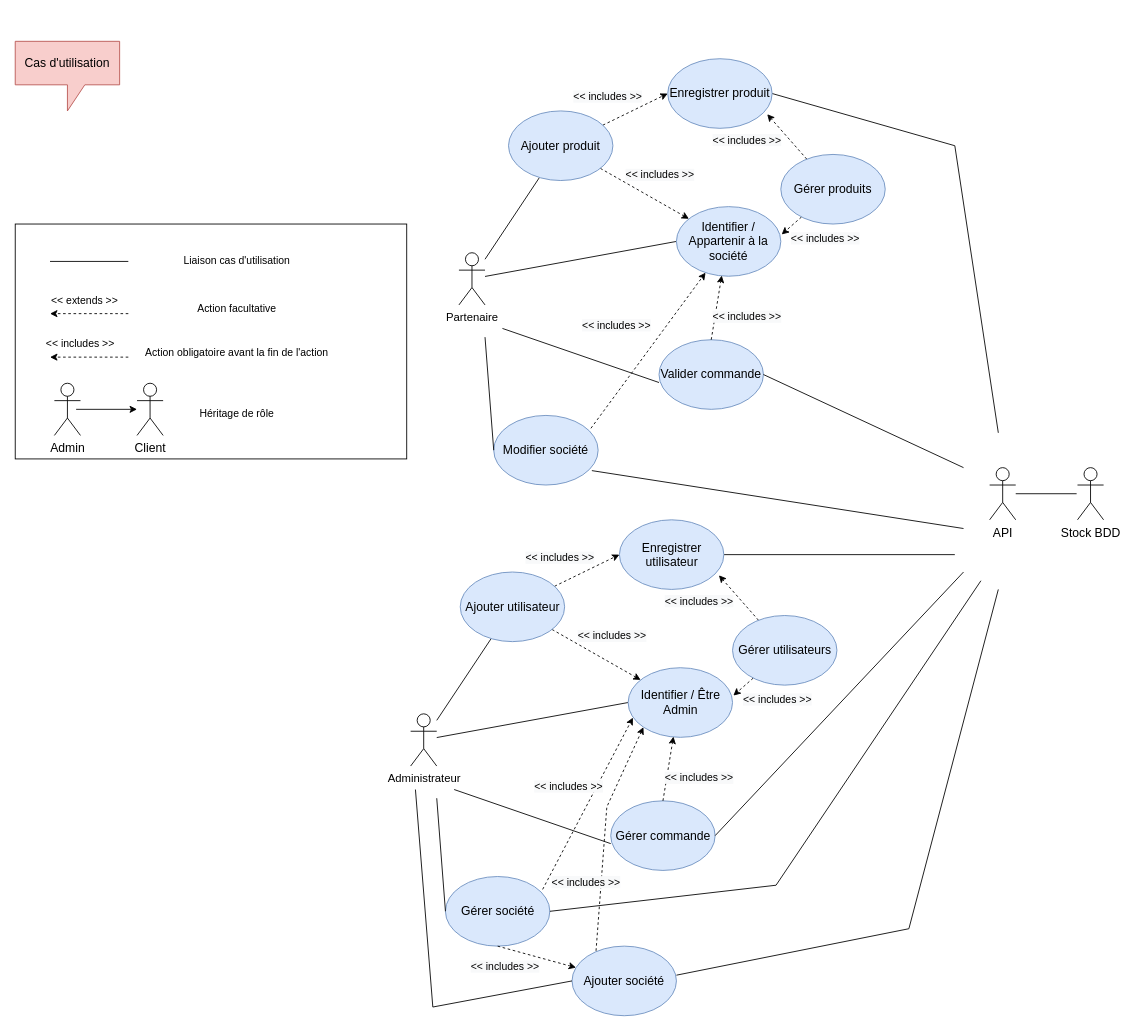
This is page "Cas utilisation" (3 of 3) of Diagrammes/diagrammesDragNReceive.drawio from KadenHD/DragNReceive_General, a draw.io file, before an edit. Source tidied: cells renumbered, new cells numbered last; positions are measured from the earlier drawing's top-left corner, leaving out a move shared by most shapes. Both pictures are drawn from the tidied source at 87%, with x=0, y=0 at pixel (15, 41).
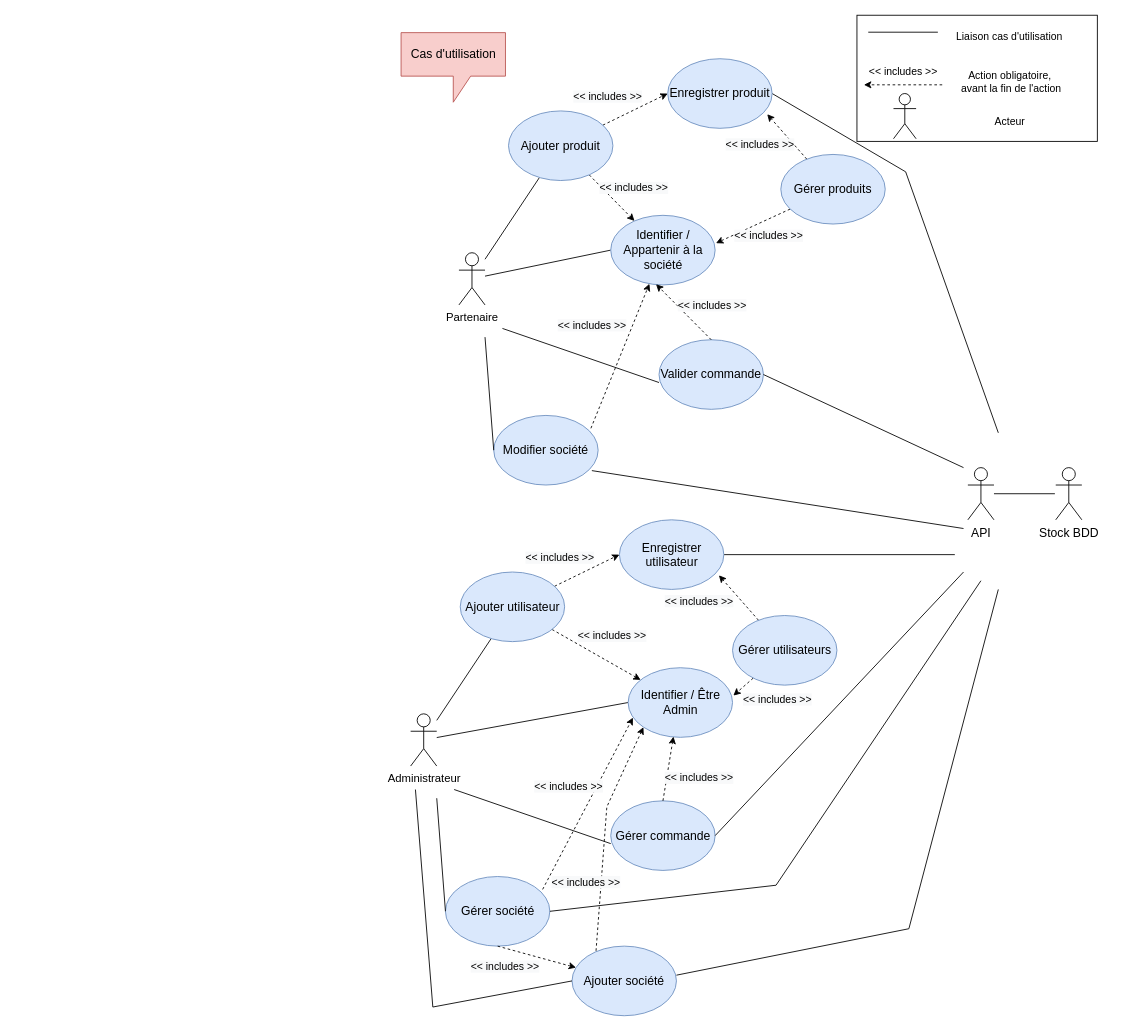
The same diagram, later.

The change refers to these unchanged cells:
```xml
<mxCell id="14" value="Enregistrer produit" style="ellipse;whiteSpace=wrap;html=1;rounded=0;fontSize=14;strokeWidth=1;verticalAlign=middle;fillColor=#dae8fc;strokeColor=#6c8ebf;" parent="1" vertex="1">
  <mxGeometry x="750" y="20" width="120" height="80" as="geometry" />
</mxCell>
```

What changed in the source:
```diff
@@
     <mxCell id="8" style="edgeStyle=none;rounded=0;jettySize=auto;html=1;fontSize=14;endArrow=none;endFill=0;verticalAlign=middle;entryX=1;entryY=0.5;entryDx=0;entryDy=0;" parent="1" edge="1" target="14">
       <mxGeometry relative="1" as="geometry">
         <mxPoint x="1130" y="450" as="sourcePoint" />
         <Array as="points">
-          <mxPoint x="1080" y="120" />
+          <mxPoint x="1023.5" y="150" />
         </Array>
       </mxGeometry>
     </mxCell>
     <mxCell id="9" value="Stock BDD" style="shape=umlActor;verticalLabelPosition=bottom;verticalAlign=top;html=1;rounded=0;fontSize=14;strokeWidth=1;gradientColor=none;" parent="1" vertex="1">
-      <mxGeometry x="1221" y="490" width="30" height="60" as="geometry" />
+      <mxGeometry x="1196" y="490" width="30" height="60" as="geometry" />
     </mxCell>
     <mxCell id="10" value="Identifier / Appartenir à la société" style="ellipse;whiteSpace=wrap;html=1;rounded=0;fontSize=14;strokeWidth=1;verticalAlign=middle;fillColor=#dae8fc;strokeColor=#6c8ebf;" parent="1" vertex="1">
-      <mxGeometry x="760" y="190" width="120" height="80" as="geometry" />
+      <mxGeometry x="684.5" y="200" width="120" height="80" as="geometry" />
     </mxCell>
@@
     <mxCell id="15" value="API" style="shape=umlActor;verticalLabelPosition=bottom;verticalAlign=top;html=1;rounded=0;fontSize=14;strokeWidth=1;gradientColor=none;" parent="1" vertex="1">
-      <mxGeometry x="1120" y="490" width="30" height="60" as="geometry" />
+      <mxGeometry x="1095" y="490" width="30" height="60" as="geometry" />
     </mxCell>
     <mxCell id="16" style="rounded=0;whiteSpace=wrap;html=1;" parent="1" vertex="1">
-      <mxGeometry y="210" width="450" height="270" as="geometry" />
+      <mxGeometry x="967.5" y="-30" width="276.3" height="145" as="geometry" />
     </mxCell>
-    <mxCell id="17" style="edgeStyle=none;rounded=0;jettySize=auto;html=1;entryX=0;entryY=0.5;entryDx=0;entryDy=0;endArrow=none;endFill=0;" parent="1" edge="1" source="18">
-      <mxGeometry relative="1" as="geometry">
-        <mxPoint x="40" y="253" as="targetPoint" />
-      </mxGeometry>
-    </mxCell>
     <mxCell id="18" value="Liaison cas d'utilisation" style="text;html=1;strokeColor=none;fillColor=none;align=center;verticalAlign=middle;whiteSpace=wrap;rounded=0;" parent="1" vertex="1">
-      <mxGeometry x="130" y="238" width="250" height="30" as="geometry" />
+      <mxGeometry x="1044" y="-20" width="198" height="30" as="geometry" />
     </mxCell>
-    <mxCell id="19" style="edgeStyle=none;rounded=0;orthogonalLoop=1;jettySize=auto;html=1;dashed=1;entryX=0;entryY=0.5;entryDx=0;entryDy=0;" parent="1" edge="1">
-      <mxGeometry relative="1" as="geometry">
-        <mxPoint x="130" y="313" as="sourcePoint" />
-        <mxPoint x="40" y="313" as="targetPoint" />
-      </mxGeometry>
-    </mxCell>
-    <mxCell id="20" value="Action facultative" style="text;html=1;strokeColor=none;fillColor=none;align=center;verticalAlign=middle;whiteSpace=wrap;rounded=0;" parent="1" vertex="1">
-      <mxGeometry x="130" y="293" width="250" height="30" as="geometry" />
-    </mxCell>
-    <mxCell id="21" value="Action obligatoire avant la fin de l'action" style="text;html=1;strokeColor=none;fillColor=none;align=center;verticalAlign=middle;whiteSpace=wrap;rounded=0;" parent="1" vertex="1">
-      <mxGeometry x="130" y="343" width="250" height="30" as="geometry" />
+    <mxCell id="21" value="Action obligatoire,&lt;br&gt;&amp;nbsp;avant la fin de l'action" style="text;html=1;strokeColor=none;fillColor=none;align=center;verticalAlign=middle;whiteSpace=wrap;rounded=0;" parent="1" vertex="1">
+      <mxGeometry x="1052.5" y="32" width="181" height="30" as="geometry" />
     </mxCell>
     <mxCell id="22" style="edgeStyle=none;rounded=0;orthogonalLoop=1;jettySize=auto;html=1;dashed=1;entryX=0;entryY=0.5;entryDx=0;entryDy=0;" parent="1" edge="1">
       <mxGeometry relative="1" as="geometry">
-        <mxPoint x="130" y="363" as="sourcePoint" />
-        <mxPoint x="40" y="363" as="targetPoint" />
+        <mxPoint x="1065.5" y="50" as="sourcePoint" />
+        <mxPoint x="975.5" y="50" as="targetPoint" />
       </mxGeometry>
     </mxCell>
-    <mxCell id="23" value="&amp;lt;&amp;lt; extends &amp;gt;&amp;gt;" style="text;html=1;strokeColor=none;fillColor=none;align=center;verticalAlign=middle;whiteSpace=wrap;rounded=0;" parent="1" vertex="1">
-      <mxGeometry x="40" y="283" width="80" height="30" as="geometry" />
-    </mxCell>
     <mxCell id="24" value="&amp;lt;&amp;lt; includes &amp;gt;&amp;gt;" style="text;html=1;strokeColor=none;fillColor=none;align=center;verticalAlign=middle;whiteSpace=wrap;rounded=0;" parent="1" vertex="1">
-      <mxGeometry x="30" y="333" width="90" height="30" as="geometry" />
+      <mxGeometry x="975.5" y="20" width="90" height="30" as="geometry" />
     </mxCell>
     <mxCell id="25" value="Cas d'utilisation" style="shape=callout;whiteSpace=wrap;html=1;perimeter=calloutPerimeter;rounded=0;fontSize=14;strokeWidth=1;verticalAlign=middle;fillColor=#f8cecc;strokeColor=#b85450;" parent="1" vertex="1">
-      <mxGeometry width="120" height="80" as="geometry" />
+      <mxGeometry x="443.5" y="-10" width="120" height="80" as="geometry" />
     </mxCell>
-    <mxCell id="26" style="edgeStyle=none;rounded=0;jettySize=auto;html=1;fontSize=14;endArrow=classic;endFill=1;verticalAlign=middle;" parent="1" edge="1" target="28">
-      <mxGeometry relative="1" as="geometry">
-        <mxPoint x="70" y="423" as="sourcePoint" />
-      </mxGeometry>
-    </mxCell>
-    <mxCell id="27" value="Admin" style="shape=umlActor;verticalLabelPosition=bottom;verticalAlign=top;html=1;rounded=0;fontSize=14;strokeWidth=1;gradientColor=none;" parent="1" vertex="1">
-      <mxGeometry x="45" y="393" width="30" height="60" as="geometry" />
-    </mxCell>
-    <mxCell id="28" value="Client" style="shape=umlActor;verticalLabelPosition=bottom;verticalAlign=top;html=1;outlineConnect=0;rounded=0;fontSize=14;strokeWidth=1;gradientColor=none;" parent="1" vertex="1">
-      <mxGeometry x="140" y="393" width="30" height="60" as="geometry" />
-    </mxCell>
-    <mxCell id="29" value="Héritage de rôle" style="text;html=1;strokeColor=none;fillColor=none;align=center;verticalAlign=middle;whiteSpace=wrap;rounded=0;" parent="1" vertex="1">
-      <mxGeometry x="130" y="413" width="250" height="30" as="geometry" />
-    </mxCell>
@@
     <mxCell id="34" style="edgeStyle=none;rounded=0;orthogonalLoop=1;jettySize=auto;html=1;fontSize=14;endArrow=none;endFill=0;verticalAlign=middle;" parent="1" edge="1">
       <mxGeometry relative="1" as="geometry">
-        <mxPoint x="1150" y="520" as="sourcePoint" />
-        <mxPoint x="1220" y="520" as="targetPoint" />
+        <mxPoint x="1125" y="520" as="sourcePoint" />
+        <mxPoint x="1195" y="520" as="targetPoint" />
       </mxGeometry>
     </mxCell>
@@
     <mxCell id="37" value="&lt;span style=&quot;color: rgb(0, 0, 0); font-family: helvetica; font-size: 12px; font-style: normal; font-weight: 400; letter-spacing: normal; text-align: center; text-indent: 0px; text-transform: none; word-spacing: 0px; background-color: rgb(248, 249, 250); display: inline; float: none;&quot;&gt;&amp;lt;&amp;lt; includes &amp;gt;&amp;gt;&lt;/span&gt;" style="text;whiteSpace=wrap;html=1;" parent="1" vertex="1">
-      <mxGeometry x="800" y="303" width="100" height="30" as="geometry" />
+      <mxGeometry x="760" y="290" width="100" height="30" as="geometry" />
     </mxCell>
     <mxCell id="38" value="&lt;span style=&quot;color: rgb(0, 0, 0); font-family: helvetica; font-size: 12px; font-style: normal; font-weight: 400; letter-spacing: normal; text-align: center; text-indent: 0px; text-transform: none; word-spacing: 0px; background-color: rgb(248, 249, 250); display: inline; float: none;&quot;&gt;&amp;lt;&amp;lt; includes &amp;gt;&amp;gt;&lt;/span&gt;" style="text;whiteSpace=wrap;html=1;" parent="1" vertex="1">
-      <mxGeometry x="650" y="313" width="100" height="30" as="geometry" />
+      <mxGeometry x="621.5" y="313" width="100" height="30" as="geometry" />
     </mxCell>
     <mxCell id="39" value="&lt;span style=&quot;color: rgb(0, 0, 0); font-family: helvetica; font-size: 12px; font-style: normal; font-weight: 400; letter-spacing: normal; text-align: center; text-indent: 0px; text-transform: none; word-spacing: 0px; background-color: rgb(248, 249, 250); display: inline; float: none;&quot;&gt;&amp;lt;&amp;lt; includes &amp;gt;&amp;gt;&lt;/span&gt;" style="text;whiteSpace=wrap;html=1;" parent="1" vertex="1">
-      <mxGeometry x="890" y="213" width="100" height="30" as="geometry" />
+      <mxGeometry x="824.5" y="210" width="100" height="30" as="geometry" />
     </mxCell>
     <mxCell id="40" value="&lt;span style=&quot;color: rgb(0, 0, 0); font-family: helvetica; font-size: 12px; font-style: normal; font-weight: 400; letter-spacing: normal; text-align: center; text-indent: 0px; text-transform: none; word-spacing: 0px; background-color: rgb(248, 249, 250); display: inline; float: none;&quot;&gt;&amp;lt;&amp;lt; includes &amp;gt;&amp;gt;&lt;/span&gt;" style="text;whiteSpace=wrap;html=1;" parent="1" vertex="1">
-      <mxGeometry x="800" y="100" width="100" height="30" as="geometry" />
+      <mxGeometry x="814.5" y="105" width="100" height="30" as="geometry" />
     </mxCell>
     <mxCell id="41" value="&lt;span style=&quot;color: rgb(0, 0, 0); font-family: helvetica; font-size: 12px; font-style: normal; font-weight: 400; letter-spacing: normal; text-align: center; text-indent: 0px; text-transform: none; word-spacing: 0px; background-color: rgb(248, 249, 250); display: inline; float: none;&quot;&gt;&amp;lt;&amp;lt; includes &amp;gt;&amp;gt;&lt;/span&gt;" style="text;whiteSpace=wrap;html=1;" parent="1" vertex="1">
-      <mxGeometry x="700" y="140" width="100" height="30" as="geometry" />
+      <mxGeometry x="670" y="155" width="100" height="30" as="geometry" />
     </mxCell>
@@
+    <mxCell id="78" style="endArrow=none;html=1;strokeColor=#000000;rounded=0;strokeWidth=1;" parent="1" edge="1">
+      <mxGeometry relative="1" as="geometry">
+        <mxPoint x="980.5" y="-10.5" as="sourcePoint" />
+        <mxPoint x="1060.5" y="-10.5" as="targetPoint" />
+      </mxGeometry>
+    </mxCell>
+    <mxCell id="79" style="shape=umlActor;verticalLabelPosition=bottom;verticalAlign=top;html=1;rounded=0;fontSize=13;strokeWidth=1;gradientColor=none;" parent="1" vertex="1">
+      <mxGeometry x="1009.5" y="60" width="26" height="52" as="geometry" />
+    </mxCell>
+    <mxCell id="80" value="Acteur" style="text;html=1;strokeColor=none;fillColor=none;align=center;verticalAlign=middle;whiteSpace=wrap;rounded=0;" parent="1" vertex="1">
+      <mxGeometry x="1052.5" y="80" width="181" height="25" as="geometry" />
+    </mxCell>
```
